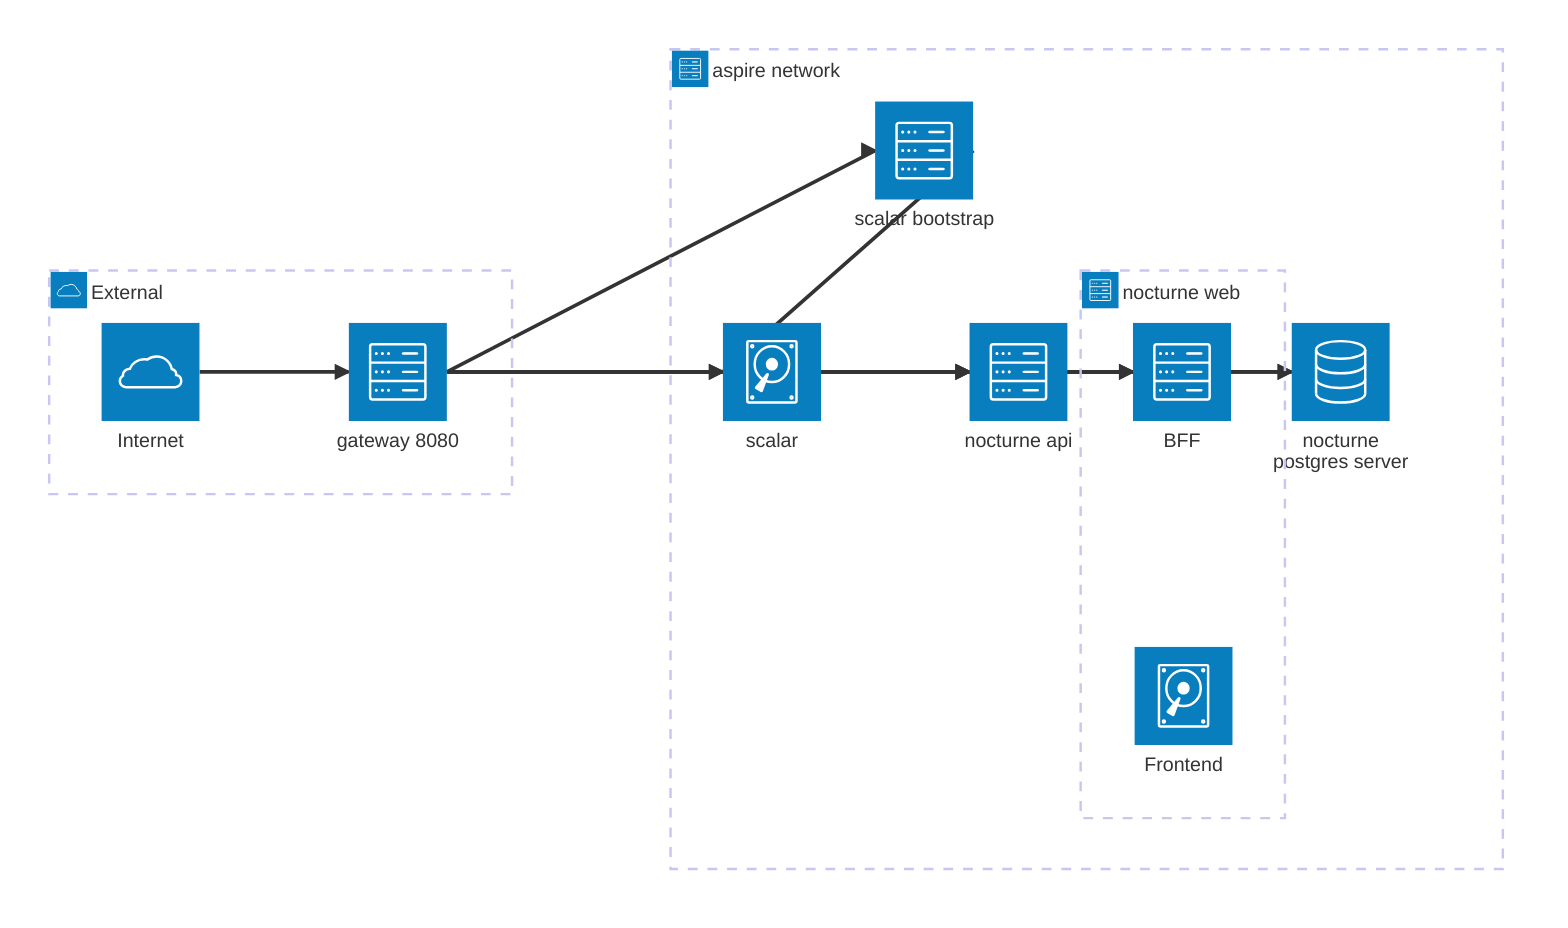
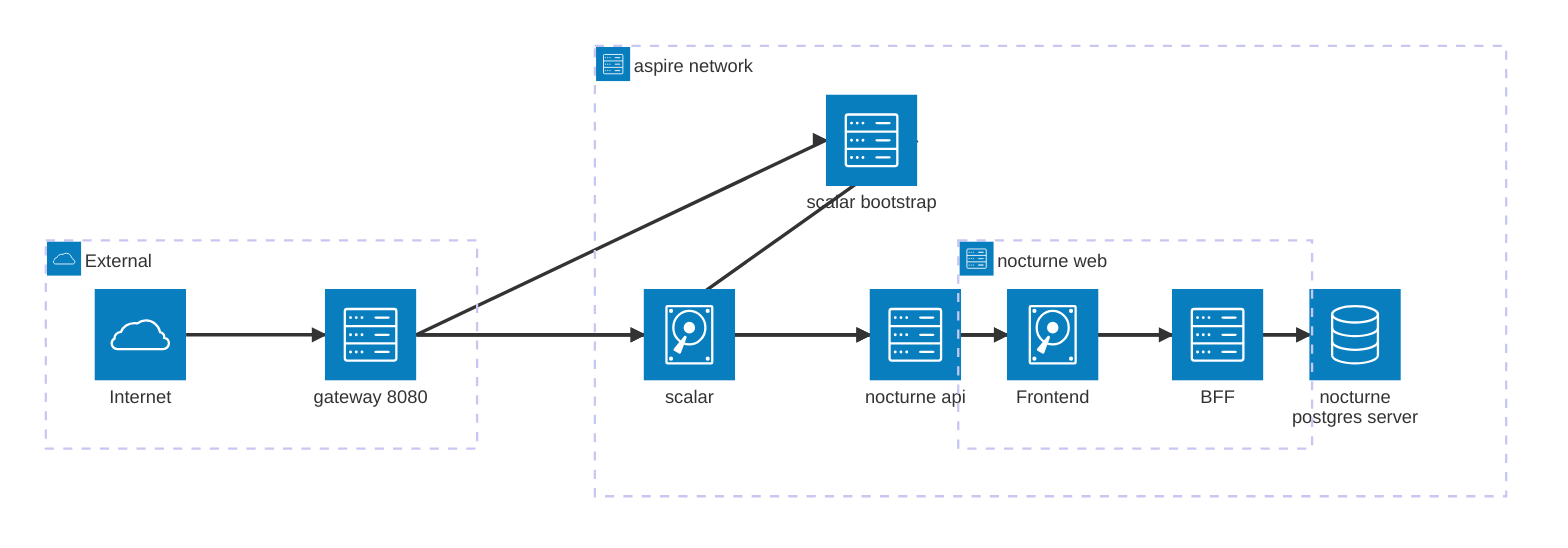
architecture-beta
    group external(cloud)[External]
    group internal(server)[aspire network]

    service internet(cloud)[Internet] in external
    service nocturne_postgres_server(database)[nocturne postgres server] in internal
    service nocturne_api(server)[nocturne api] in internal
    group nocturne_web_group(server)[nocturne web] in internal
    service nocturne_web_bff(server)[BFF] in nocturne_web_group
    service nocturne_web_frontend(disk)[Frontend] in nocturne_web_group
    service scalar(disk)[scalar] in internal
    service scalar_bootstrap(server)[scalar bootstrap] in internal
    service gateway(server)[gateway 8080] in external

    internet:R --> L:gateway
    nocturne_api:R --> L:nocturne_postgres_server
-     nocturne_api:R --> L:nocturne_web_bff
+     nocturne_api:R --> L:nocturne_web_frontend
    nocturne_web_bff:R --> L:nocturne_api
    nocturne_web_bff:R --> L:nocturne_postgres_server
    scalar:R --> L:nocturne_api
    scalar_bootstrap:R --> L:scalar
    gateway:R --> L:nocturne_api
-     gateway:R --> L:nocturne_web_bff
+     gateway:R --> L:nocturne_web_frontend
    gateway:R --> L:scalar_bootstrap
-     gateway:R --> L:scalar+     gateway:R --> L:scalar
+     nocturne_web_frontend:R --> L:nocturne_web_bff